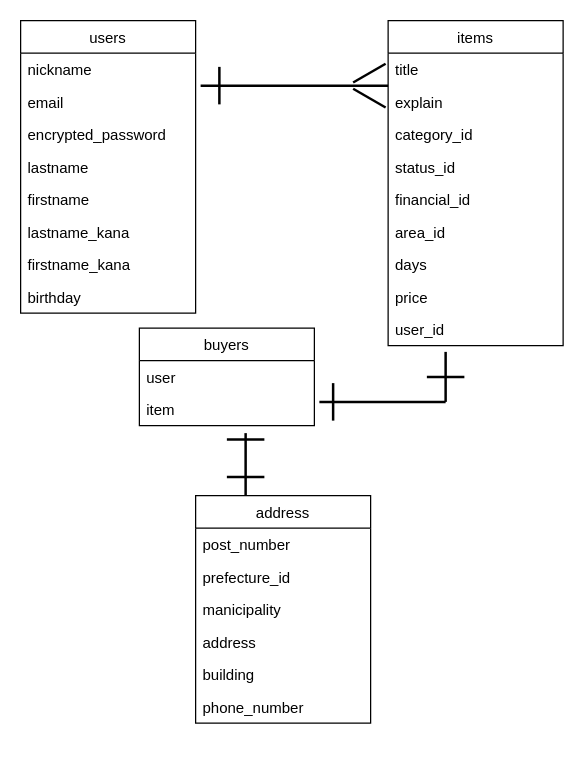
Before: furima.dio in 00ryohey00/furima-33853, a draw.io diagram. Source tidied: cells renumbered, new cells numbered last; positions are measured from the earlier drawing's top-left corner, leaving out a move shared by most shapes. Both pictures are drawn from the tidied source at 125%, with x=0, y=0 at pixel (20, 20).
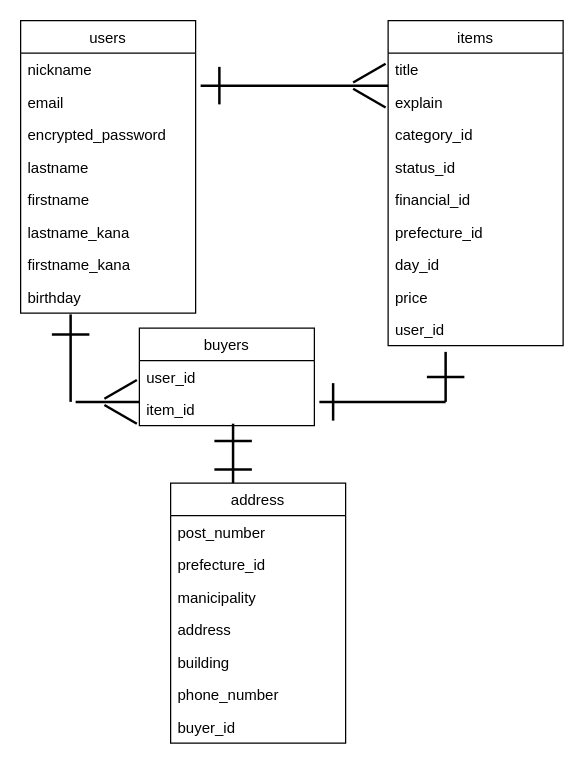
After the change.

Commit message (it also covers changes not shown here):
データベース設計修正２

Unchanged cells that the change refers to:
```xml
<mxCell id="11" value="items" style="swimlane;fontStyle=0;horizontal=1;startSize=26;fillColor=none;" parent="1" vertex="1">
  <mxGeometry x="294" width="140" height="260" as="geometry" />
</mxCell>
<mxCell id="21" value="buyers" style="swimlane;fontStyle=0;horizontal=1;startSize=26;fillColor=none;" parent="1" vertex="1">
  <mxGeometry x="95" y="246" width="140" height="78" as="geometry" />
</mxCell>
```

Diff of the diagram source:
```diff
@@
-    <mxCell id="17" value="area_id" style="text;strokeColor=none;fillColor=none;align=left;verticalAlign=top;spacingLeft=4;spacingRight=4;overflow=hidden;" parent="11" vertex="1">
+    <mxCell id="17" value="prefecture_id" style="text;strokeColor=none;fillColor=none;align=left;verticalAlign=top;spacingLeft=4;spacingRight=4;overflow=hidden;" parent="11" vertex="1">
       <mxGeometry y="156" width="140" height="26" as="geometry" />
     </mxCell>
-    <mxCell id="18" value="days" style="text;strokeColor=none;fillColor=none;align=left;verticalAlign=top;spacingLeft=4;spacingRight=4;overflow=hidden;" parent="11" vertex="1">
+    <mxCell id="18" value="day_id" style="text;strokeColor=none;fillColor=none;align=left;verticalAlign=top;spacingLeft=4;spacingRight=4;overflow=hidden;" parent="11" vertex="1">
       <mxGeometry y="182" width="140" height="26" as="geometry" />
     </mxCell>
@@
-    <mxCell id="22" value="user" style="text;strokeColor=none;fillColor=none;align=left;verticalAlign=top;spacingLeft=4;spacingRight=4;overflow=hidden;" parent="21" vertex="1">
+    <mxCell id="22" value="user_id" style="text;strokeColor=none;fillColor=none;align=left;verticalAlign=top;spacingLeft=4;spacingRight=4;overflow=hidden;" parent="21" vertex="1">
       <mxGeometry y="26" width="140" height="26" as="geometry" />
     </mxCell>
-    <mxCell id="23" value="item" style="text;strokeColor=none;fillColor=none;align=left;verticalAlign=top;spacingLeft=4;spacingRight=4;overflow=hidden;" parent="21" vertex="1">
+    <mxCell id="23" value="item_id" style="text;strokeColor=none;fillColor=none;align=left;verticalAlign=top;spacingLeft=4;spacingRight=4;overflow=hidden;" parent="21" vertex="1">
       <mxGeometry y="52" width="140" height="26" as="geometry" />
     </mxCell>
@@
     <mxCell id="32" value="address" style="swimlane;fontStyle=0;horizontal=1;startSize=26;fillColor=none;" parent="1" vertex="1">
-      <mxGeometry x="140" y="380" width="140" height="182" as="geometry" />
+      <mxGeometry x="120" y="370" width="140" height="208" as="geometry" />
     </mxCell>
@@
+    <mxCell id="42" value="buyer_id" style="text;strokeColor=none;fillColor=none;align=left;verticalAlign=top;spacingLeft=4;spacingRight=4;overflow=hidden;" parent="32" vertex="1">
+      <mxGeometry y="182" width="140" height="26" as="geometry" />
+    </mxCell>
     <mxCell id="39" style="line;strokeWidth=2;html=1;rotation=90;" parent="1" vertex="1">
-      <mxGeometry x="155" y="350" width="50" height="10" as="geometry" />
+      <mxGeometry x="146.2" y="341.2" width="47.5" height="10" as="geometry" />
     </mxCell>
     <mxCell id="40" style="line;strokeWidth=2;html=1;rotation=-180;" parent="1" vertex="1">
-      <mxGeometry x="165" y="340" width="30" height="50" as="geometry" />
+      <mxGeometry x="155" y="334" width="30" height="50" as="geometry" />
     </mxCell>
     <mxCell id="41" style="line;strokeWidth=2;html=1;rotation=-180;" parent="1" vertex="1">
-      <mxGeometry x="165" y="330" width="30" height="10" as="geometry" />
+      <mxGeometry x="155" y="331.2" width="30" height="10" as="geometry" />
     </mxCell>
+    <mxCell id="43" style="line;strokeWidth=2;html=1;" parent="1" vertex="1">
+      <mxGeometry x="44" y="300" width="51" height="10" as="geometry" />
+    </mxCell>
+    <mxCell id="44" style="line;strokeWidth=2;html=1;rotation=90;" parent="1" vertex="1">
+      <mxGeometry x="5" y="265" width="70" height="10" as="geometry" />
+    </mxCell>
+    <mxCell id="45" style="line;strokeWidth=2;html=1;rotation=-180;" parent="1" vertex="1">
+      <mxGeometry x="25" y="246" width="30" height="10" as="geometry" />
+    </mxCell>
+    <mxCell id="46" style="line;strokeWidth=2;html=1;rotation=-210;" parent="1" vertex="1">
+      <mxGeometry x="65" y="290" width="30" height="10" as="geometry" />
+    </mxCell>
+    <mxCell id="47" style="line;strokeWidth=2;html=1;rotation=-150;" parent="1" vertex="1">
+      <mxGeometry x="65" y="310" width="30" height="10" as="geometry" />
+    </mxCell>
```
